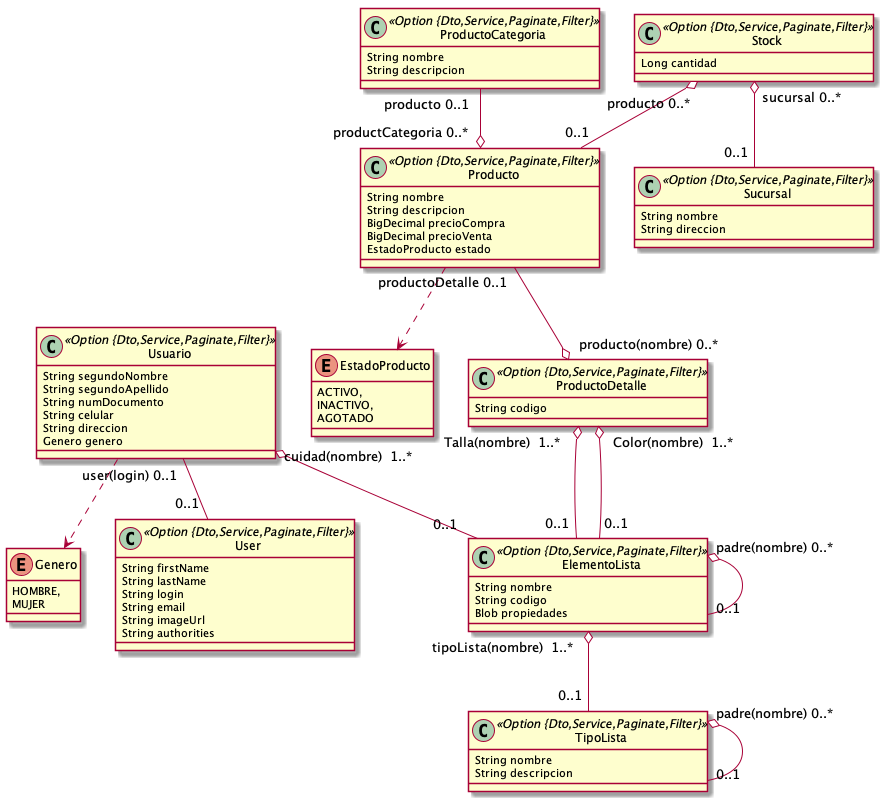
Before: inventario.png, a diagram exported from PlantUML (didierrestrepo/mitienda).
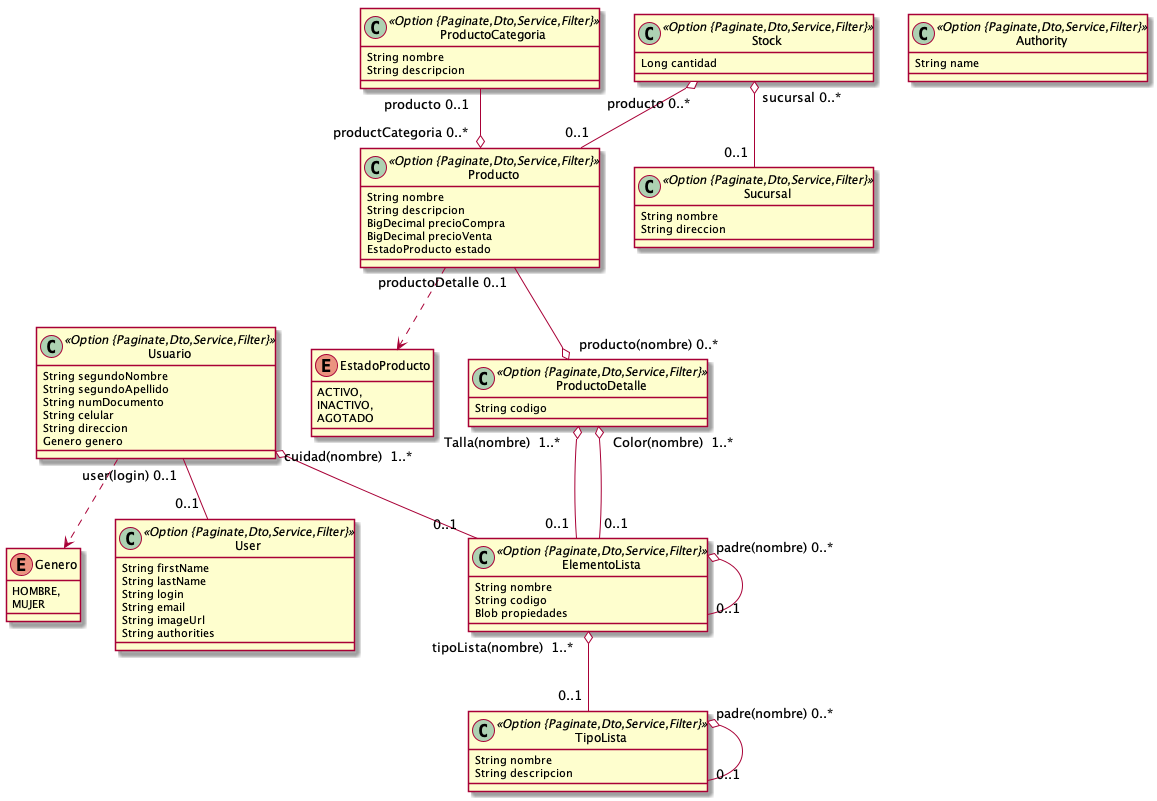
After the commit.

Commit message:
imagen del jdl

The edit, as a diff of the source:
```diff
@@ -1,6 +1,6 @@
 @startuml
 	!pragma syntax class
-	class Producto <<Option {Dto,Service,Paginate,Filter}>> {
+	class Producto <<Option {Paginate,Dto,Service,Filter}>> {
 		String nombre
 		String descripcion
 		BigDecimal precioCompra
@@ -8,10 +8,10 @@
 		EstadoProducto estado
 	}
 	Producto ..> EstadoProducto
-	class Stock <<Option {Dto,Service,Paginate,Filter}>> {
+	class Stock <<Option {Paginate,Dto,Service,Filter}>> {
 		Long cantidad
 	}
-	class ProductoDetalle <<Option {Dto,Service,Paginate,Filter}>> {
+	class ProductoDetalle <<Option {Paginate,Dto,Service,Filter}>> {
 		String codigo
 	}
 	enum EstadoProducto {
@@ -19,11 +19,11 @@
 		INACTIVO,
 		AGOTADO
 	}
-	class Sucursal <<Option {Dto,Service,Paginate,Filter}>> {
+	class Sucursal <<Option {Paginate,Dto,Service,Filter}>> {
 		String nombre
 		String direccion
 	}
-	class Usuario <<Option {Dto,Service,Paginate,Filter}>> {
+	class Usuario <<Option {Paginate,Dto,Service,Filter}>> {
 		String segundoNombre
 		String segundoApellido
 		String numDocumento
@@ -32,16 +32,16 @@
 		Genero genero
 	}
 	Usuario ..> Genero
-	class TipoLista <<Option {Dto,Service,Paginate,Filter}>> {
+	class TipoLista <<Option {Paginate,Dto,Service,Filter}>> {
 		String nombre
 		String descripcion
 	}
-	class ElementoLista <<Option {Dto,Service,Paginate,Filter}>> {
+	class ElementoLista <<Option {Paginate,Dto,Service,Filter}>> {
 		String nombre
 		String codigo
 		Blob propiedades
 	}
-	class ProductoCategoria <<Option {Dto,Service,Paginate,Filter}>> {
+	class ProductoCategoria <<Option {Paginate,Dto,Service,Filter}>> {
 		String nombre
 		String descripcion
 	}
@@ -60,7 +60,10 @@
 	Usuario  "cuidad(nombre)  1..* " o-- "0..1 "  ElementoLista
 	ProductoCategoria  "producto 0..1 " --o "productCategoria 0..* "  Producto
 	Producto  "productoDetalle 0..1 " --o "producto(nombre) 0..* "  ProductoDetalle
-	class User <<Option {Dto,Service,Paginate,Filter}>> {
+	class Authority <<Option {Paginate,Dto,Service,Filter}>> {
+		String name
+	}
+	class User <<Option {Paginate,Dto,Service,Filter}>> {
 		String firstName
 		String lastName
 		String login
```
